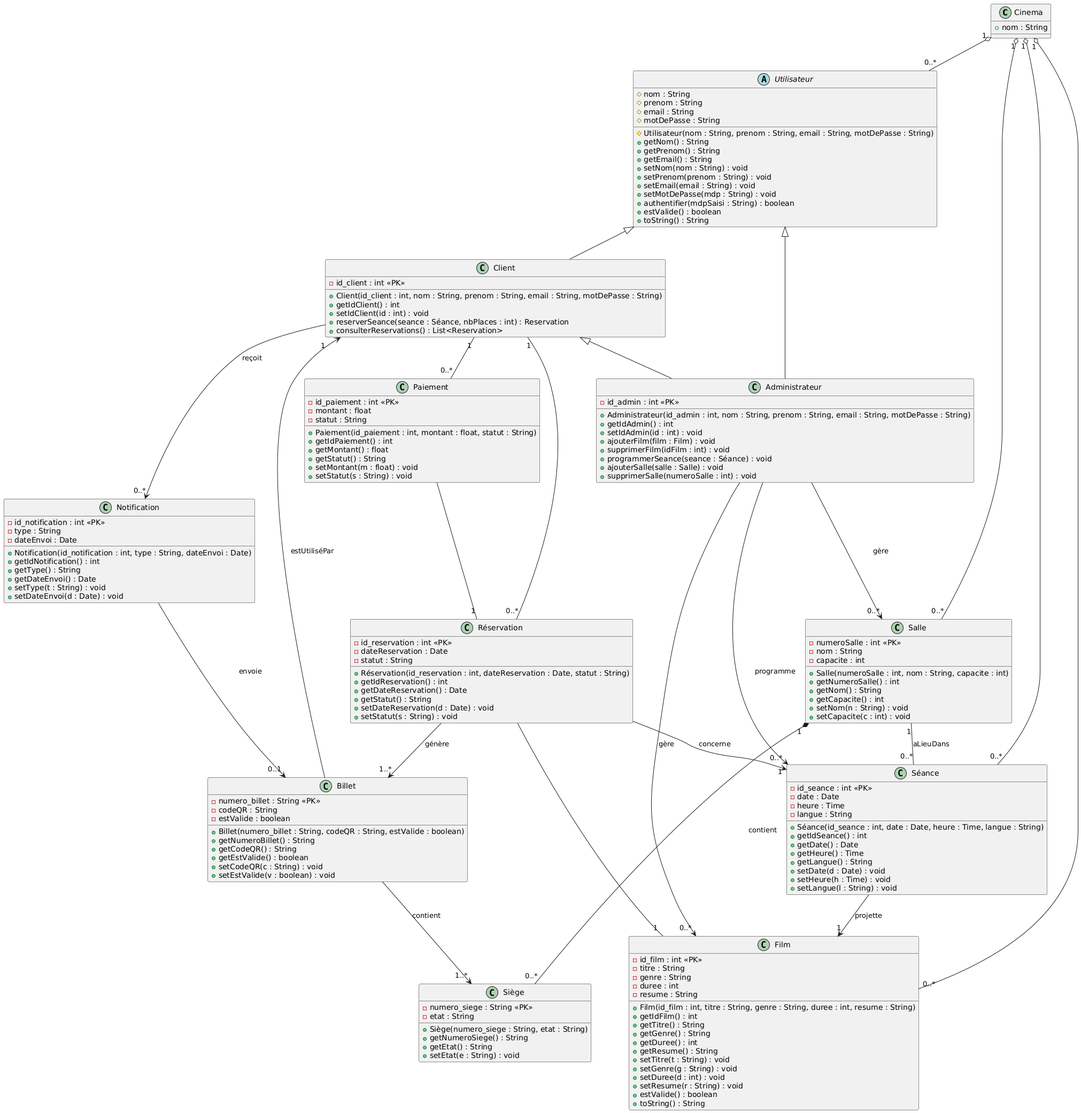
Above: Diagrammes/diagramme_de_classes.png in barbouchyoussef/Cinema-UML (PlantUML), before the change. Its diagram source:
```plantuml
@startuml

class Cinema {
  + nom : String
}

abstract class Utilisateur {
  # nom : String
  # prenom : String
  # email : String
  # motDePasse : String

  # Utilisateur(nom : String, prenom : String, email : String, motDePasse : String)
  + getNom() : String
  + getPrenom() : String
  + getEmail() : String
  + setNom(nom : String) : void
  + setPrenom(prenom : String) : void
  + setEmail(email : String) : void
  + setMotDePasse(mdp : String) : void
  + authentifier(mdpSaisi : String) : boolean
  + estValide() : boolean
  + toString() : String
}

class Client extends Utilisateur {
  - id_client : int <<PK>>

  + Client(id_client : int, nom : String, prenom : String, email : String, motDePasse : String)
  + getIdClient() : int
  + setIdClient(id : int) : void
  + reserverSeance(seance : Séance, nbPlaces : int) : Reservation
  + consulterReservations() : List<Reservation>
}

class Administrateur extends Utilisateur {
  - id_admin : int <<PK>>

  + Administrateur(id_admin : int, nom : String, prenom : String, email : String, motDePasse : String)
  + getIdAdmin() : int
  + setIdAdmin(id : int) : void
  + ajouterFilm(film : Film) : void
  + supprimerFilm(idFilm : int) : void
  + programmerSeance(seance : Séance) : void
  + ajouterSalle(salle : Salle) : void
  + supprimerSalle(numeroSalle : int) : void
}

Client <|-- Administrateur

class Film {
  - id_film : int <<PK>>
  - titre : String
  - genre : String
  - duree : int
  - resume : String

  + Film(id_film : int, titre : String, genre : String, duree : int, resume : String)
  + getIdFilm() : int
  + getTitre() : String
  + getGenre() : String
  + getDuree() : int
  + getResume() : String
  + setTitre(t : String) : void
  + setGenre(g : String) : void
  + setDuree(d : int) : void
  + setResume(r : String) : void
  + estValide() : boolean
  + toString() : String
}

class Réservation {
  - id_reservation : int <<PK>>
  - dateReservation : Date
  - statut : String

  + Réservation(id_reservation : int, dateReservation : Date, statut : String)
  + getIdReservation() : int
  + getDateReservation() : Date
  + getStatut() : String
  + setDateReservation(d : Date) : void
  + setStatut(s : String) : void
}

class Paiement {
  - id_paiement : int <<PK>>
  - montant : float
  - statut : String

  + Paiement(id_paiement : int, montant : float, statut : String)
  + getIdPaiement() : int
  + getMontant() : float
  + getStatut() : String
  + setMontant(m : float) : void
  + setStatut(s : String) : void
}

class Salle {
  - numeroSalle : int <<PK>>
  - nom : String
  - capacite : int

  + Salle(numeroSalle : int, nom : String, capacite : int)
  + getNumeroSalle() : int
  + getNom() : String
  + getCapacite() : int
  + setNom(n : String) : void
  + setCapacite(c : int) : void
}

class Séance {
  - id_seance : int <<PK>>
  - date : Date
  - heure : Time
  - langue : String

  + Séance(id_seance : int, date : Date, heure : Time, langue : String)
  + getIdSeance() : int
  + getDate() : Date
  + getHeure() : Time
  + getLangue() : String
  + setDate(d : Date) : void
  + setHeure(h : Time) : void
  + setLangue(l : String) : void
}

class Billet {
  - numero_billet : String <<PK>>
  - codeQR : String
  - estValide : boolean

  + Billet(numero_billet : String, codeQR : String, estValide : boolean)
  + getNumeroBillet() : String
  + getCodeQR() : String
  + getEstValide() : boolean
  + setCodeQR(c : String) : void
  + setEstValide(v : boolean) : void
}

class Siège {
  - numero_siege : String <<PK>>
  - etat : String

  + Siège(numero_siege : String, etat : String)
  + getNumeroSiege() : String
  + getEtat() : String
  + setEtat(e : String) : void
}

class Notification {
  - id_notification : int <<PK>>
  - type : String
  - dateEnvoi : Date

  + Notification(id_notification : int, type : String, dateEnvoi : Date)
  + getIdNotification() : int
  + getType() : String
  + getDateEnvoi() : Date
  + setType(t : String) : void
  + setDateEnvoi(d : Date) : void
}


Cinema "1" o-- "0..*" Salle
Cinema "1" o-- "0..*" Film
Cinema "1" o-- "0..*" Séance
Cinema "1" o-- "0..*" Utilisateur

Salle "1" *-- "0..*" Siège : contient
Salle "1" -- "0..*" Séance : aLieuDans

Client "1" -- "0..*" Réservation
Réservation -- "1" Film

Client "1" -- "0..*" Paiement
Paiement -- "1" Réservation

Réservation --> "1..*" Billet : génère
Réservation --> "1" Séance : concerne
Billet --> "1" Client : estUtiliséPar
Billet --> "1..*" Siège : contient

Séance --> "1" Film : projette
Client --> "0..*" Notification : reçoit
Notification --> "0..1" Billet : envoie

Administrateur --> "0..*" Film : gère
Administrateur --> "0..*" Salle : gère
Administrateur --> "0..*" Séance : programme
@enduml
```
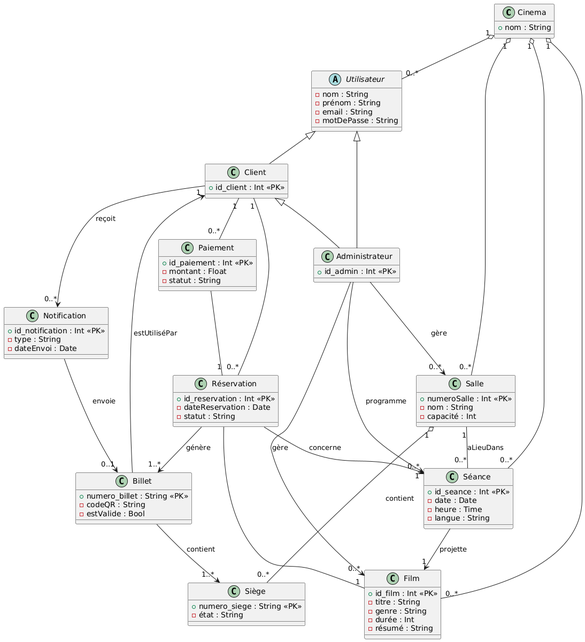
The same file after the commit.

Change to the diagram source:
```diff
@@ -5,159 +5,72 @@
 }
 
 abstract class Utilisateur {
-  # nom : String
-  # prenom : String
-  # email : String
-  # motDePasse : String
-
-  # Utilisateur(nom : String, prenom : String, email : String, motDePasse : String)
-  + getNom() : String
-  + getPrenom() : String
-  + getEmail() : String
-  + setNom(nom : String) : void
-  + setPrenom(prenom : String) : void
-  + setEmail(email : String) : void
-  + setMotDePasse(mdp : String) : void
-  + authentifier(mdpSaisi : String) : boolean
-  + estValide() : boolean
-  + toString() : String
+  - nom : String
+  - prénom : String
+  - email : String
+  - motDePasse : String
 }
 
-class Client extends Utilisateur {
-  - id_client : int <<PK>>
-
-  + Client(id_client : int, nom : String, prenom : String, email : String, motDePasse : String)
-  + getIdClient() : int
-  + setIdClient(id : int) : void
-  + reserverSeance(seance : Séance, nbPlaces : int) : Reservation
-  + consulterReservations() : List<Reservation>
+class Client {
+  + id_client : Int <<PK>>
 }
 
-class Administrateur extends Utilisateur {
-  - id_admin : int <<PK>>
-
-  + Administrateur(id_admin : int, nom : String, prenom : String, email : String, motDePasse : String)
-  + getIdAdmin() : int
-  + setIdAdmin(id : int) : void
-  + ajouterFilm(film : Film) : void
-  + supprimerFilm(idFilm : int) : void
-  + programmerSeance(seance : Séance) : void
-  + ajouterSalle(salle : Salle) : void
-  + supprimerSalle(numeroSalle : int) : void
+class Administrateur {
+  + id_admin : Int <<PK>>
 }
 
+Utilisateur <|-- Client
+Utilisateur <|-- Administrateur
 Client <|-- Administrateur
 
 class Film {
-  - id_film : int <<PK>>
+  + id_film : Int <<PK>>
   - titre : String
   - genre : String
-  - duree : int
-  - resume : String
-
-  + Film(id_film : int, titre : String, genre : String, duree : int, resume : String)
-  + getIdFilm() : int
-  + getTitre() : String
-  + getGenre() : String
-  + getDuree() : int
-  + getResume() : String
-  + setTitre(t : String) : void
-  + setGenre(g : String) : void
-  + setDuree(d : int) : void
-  + setResume(r : String) : void
-  + estValide() : boolean
-  + toString() : String
+  - durée : Int
+  - résumé : String
 }
 
 class Réservation {
-  - id_reservation : int <<PK>>
+  + id_reservation : Int <<PK>>
   - dateReservation : Date
   - statut : String
-
-  + Réservation(id_reservation : int, dateReservation : Date, statut : String)
-  + getIdReservation() : int
-  + getDateReservation() : Date
-  + getStatut() : String
-  + setDateReservation(d : Date) : void
-  + setStatut(s : String) : void
 }
 
 class Paiement {
-  - id_paiement : int <<PK>>
-  - montant : float
+  + id_paiement : Int <<PK>>
+  - montant : Float
   - statut : String
-
-  + Paiement(id_paiement : int, montant : float, statut : String)
-  + getIdPaiement() : int
-  + getMontant() : float
-  + getStatut() : String
-  + setMontant(m : float) : void
-  + setStatut(s : String) : void
 }
 
 class Salle {
-  - numeroSalle : int <<PK>>
+  + numeroSalle : Int <<PK>>
   - nom : String
-  - capacite : int
-
-  + Salle(numeroSalle : int, nom : String, capacite : int)
-  + getNumeroSalle() : int
-  + getNom() : String
-  + getCapacite() : int
-  + setNom(n : String) : void
-  + setCapacite(c : int) : void
+  - capacité : Int
 }
 
 class Séance {
-  - id_seance : int <<PK>>
+  + id_seance : Int <<PK>>
   - date : Date
   - heure : Time
   - langue : String
-
-  + Séance(id_seance : int, date : Date, heure : Time, langue : String)
-  + getIdSeance() : int
-  + getDate() : Date
-  + getHeure() : Time
-  + getLangue() : String
-  + setDate(d : Date) : void
-  + setHeure(h : Time) : void
-  + setLangue(l : String) : void
 }
 
 class Billet {
-  - numero_billet : String <<PK>>
+  + numero_billet : String <<PK>>
   - codeQR : String
-  - estValide : boolean
-
-  + Billet(numero_billet : String, codeQR : String, estValide : boolean)
-  + getNumeroBillet() : String
-  + getCodeQR() : String
-  + getEstValide() : boolean
-  + setCodeQR(c : String) : void
-  + setEstValide(v : boolean) : void
+  - estValide : Bool
 }
 
 class Siège {
-  - numero_siege : String <<PK>>
-  - etat : String
-
-  + Siège(numero_siege : String, etat : String)
-  + getNumeroSiege() : String
-  + getEtat() : String
-  + setEtat(e : String) : void
+  + numero_siege : String <<PK>>
+  - état : String
 }
 
 class Notification {
-  - id_notification : int <<PK>>
+  + id_notification : Int <<PK>>
   - type : String
   - dateEnvoi : Date
-
-  + Notification(id_notification : int, type : String, dateEnvoi : Date)
-  + getIdNotification() : int
-  + getType() : String
-  + getDateEnvoi() : Date
-  + setType(t : String) : void
-  + setDateEnvoi(d : Date) : void
 }
 
 
@@ -166,7 +79,7 @@
 Cinema "1" o-- "0..*" Séance
 Cinema "1" o-- "0..*" Utilisateur
 
-Salle "1" *-- "0..*" Siège : contient
+Salle "1" o-- "0..*" Siège : contient
 Salle "1" -- "0..*" Séance : aLieuDans
 
 Client "1" -- "0..*" Réservation
```
